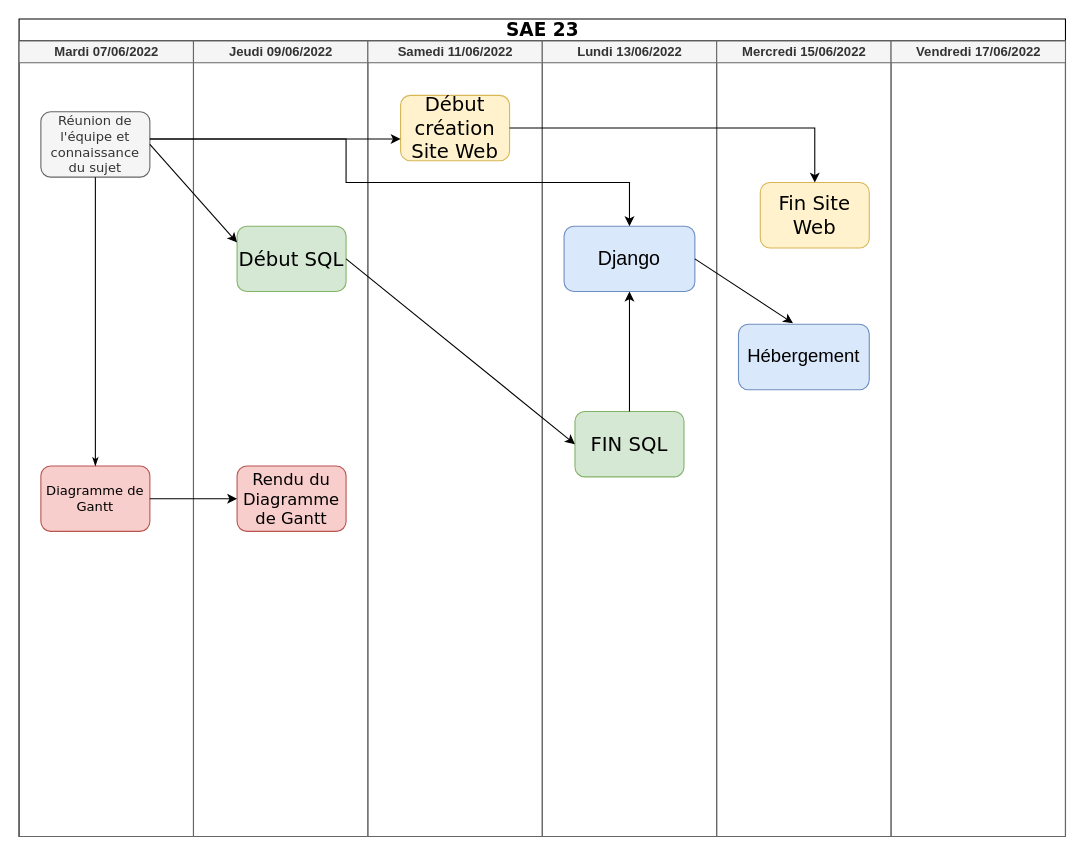
The draw.io diagram Untitled Diagram.drawio in DaiKannn/SAE23, before the edit. Source tidied: cells renumbered, new cells numbered last; positions are measured from the earlier drawing's top-left corner, leaving out a move shared by most shapes. Both pictures are drawn from the tidied source at 109%, with x=0, y=0 at pixel (19, 19).
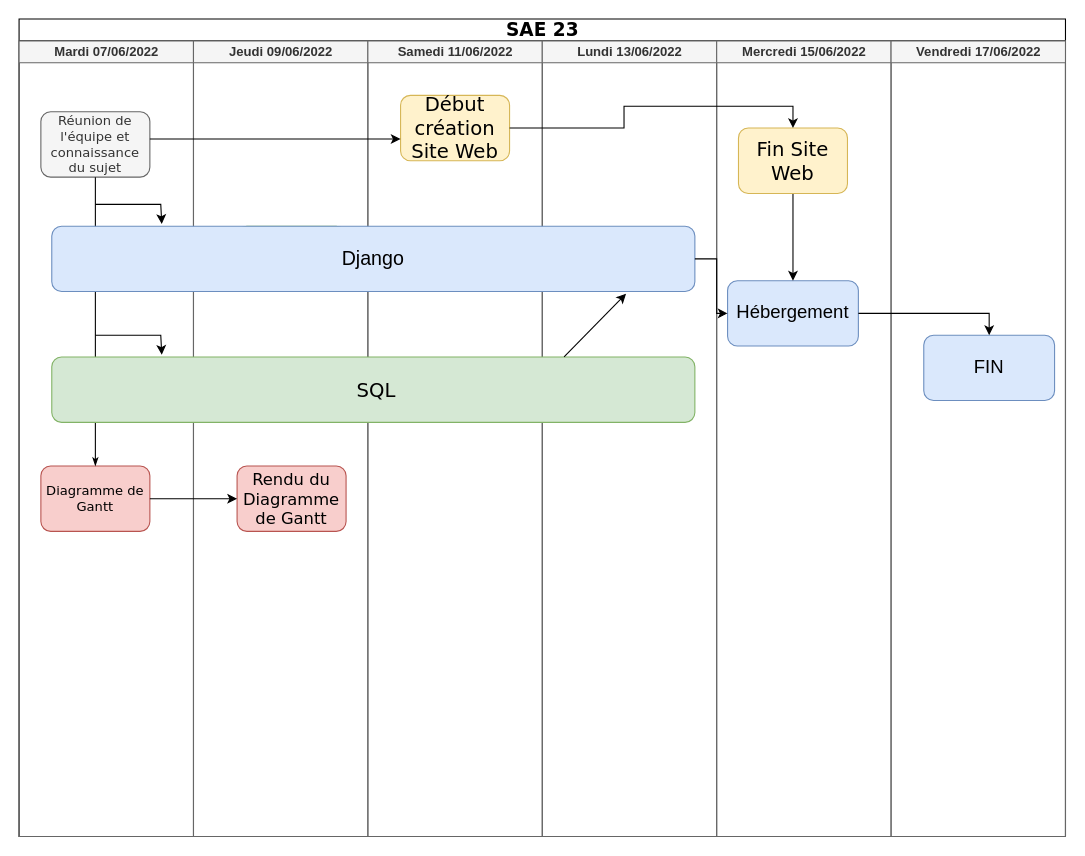
The same diagram, later.

Commit message:
SAE23 FINµ

Unchanged cells that the change refers to:
```xml
<mxCell id="2" value="&lt;font style=&quot;font-size: 17px;&quot;&gt;SAE 23&lt;/font&gt;" style="swimlane;html=1;startSize=20;rounded=0;shadow=0;labelBackgroundColor=none;strokeWidth=1;fontFamily=Verdana;fontSize=8;align=center;" parent="1" vertex="1">
  <mxGeometry width="960" height="750" as="geometry" />
</mxCell>
<mxCell id="3" value="Mardi 07/06/2022" style="swimlane;html=1;startSize=20;fillColor=#f5f5f5;fontColor=#333333;strokeColor=#666666;" parent="2" vertex="1">
  <mxGeometry y="20" width="160" height="730" as="geometry" />
</mxCell>
<mxCell id="4" value="&lt;font style=&quot;font-size: 12px;&quot;&gt;Réunion de l'équipe et connaissance du sujet&lt;/font&gt;" style="rounded=1;whiteSpace=wrap;html=1;shadow=0;labelBackgroundColor=none;strokeWidth=1;fontFamily=Verdana;fontSize=8;align=center;fillColor=#f5f5f5;fontColor=#333333;strokeColor=#666666;" parent="3" vertex="1">
  <mxGeometry x="20" y="65" width="100" height="60" as="geometry" />
</mxCell>
<mxCell id="9" value="&lt;font style=&quot;font-size: 18px;&quot;&gt;Début SQL&lt;/font&gt;" style="rounded=1;whiteSpace=wrap;html=1;shadow=0;labelBackgroundColor=none;strokeWidth=1;fontFamily=Verdana;fontSize=8;align=center;fillColor=#d5e8d4;strokeColor=#82b366;" parent="7" vertex="1">
  <mxGeometry x="40" y="170" width="100" height="60" as="geometry" />
</mxCell>
<mxCell id="12" value="Lundi 13/06/2022" style="swimlane;html=1;startSize=20;fillColor=#f5f5f5;fontColor=#333333;strokeColor=#666666;" parent="2" vertex="1">
  <mxGeometry x="480" y="20" width="160" height="730" as="geometry" />
</mxCell>
<mxCell id="16" value="Mercredi 15/06/2022" style="swimlane;html=1;startSize=20;fillColor=#f5f5f5;fontColor=#333333;strokeColor=#666666;" parent="2" vertex="1">
  <mxGeometry x="640" y="20" width="160" height="730" as="geometry" />
</mxCell>
<mxCell id="19" value="Vendredi 17/06/2022" style="swimlane;html=1;startSize=20;fillColor=#f5f5f5;fontColor=#333333;strokeColor=#666666;" parent="2" vertex="1">
  <mxGeometry x="800" y="20" width="160" height="730" as="geometry" />
</mxCell>
```

What changed in the source:
```diff
@@
+    <mxCell id="27" style="endArrow=classic;html=1;rounded=0;fontSize=18;entryX=0.171;entryY=-0.033;entryDx=0;entryDy=0;entryPerimeter=0;" parent="3" edge="1">
+      <mxGeometry relative="1" as="geometry">
+        <mxPoint x="70" y="270" as="sourcePoint" />
+        <mxPoint x="130.9" y="288" as="targetPoint" />
+        <Array as="points">
+          <mxPoint x="130" y="270" />
+        </Array>
+      </mxGeometry>
+    </mxCell>
@@
     <mxCell id="13" value="&lt;font style=&quot;font-size: 18px;&quot;&gt;Django&lt;/font&gt;" style="rounded=1;whiteSpace=wrap;html=1;fontSize=17;fillColor=#dae8fc;strokeColor=#6c8ebf;" parent="12" vertex="1">
-      <mxGeometry x="20" y="170" width="120" height="60" as="geometry" />
+      <mxGeometry x="-450" y="170" width="590" height="60" as="geometry" />
     </mxCell>
-    <mxCell id="14" value="&lt;font style=&quot;font-size: 18px;&quot;&gt;FIN SQL&lt;/font&gt;" style="rounded=1;whiteSpace=wrap;html=1;shadow=0;labelBackgroundColor=none;strokeWidth=1;fontFamily=Verdana;fontSize=8;align=center;fillColor=#d5e8d4;strokeColor=#82b366;" parent="12" vertex="1">
-      <mxGeometry x="30" y="340" width="100" height="60" as="geometry" />
+    <mxCell id="14" value="&lt;font style=&quot;font-size: 18px;&quot;&gt;&amp;nbsp;SQL&lt;/font&gt;" style="rounded=1;whiteSpace=wrap;html=1;shadow=0;labelBackgroundColor=none;strokeWidth=1;fontFamily=Verdana;fontSize=8;align=center;fillColor=#d5e8d4;strokeColor=#82b366;" parent="12" vertex="1">
+      <mxGeometry x="-450" y="290" width="590" height="60" as="geometry" />
     </mxCell>
-    <mxCell id="15" style="endArrow=classic;html=1;rounded=0;fontSize=18;exitX=0.5;exitY=0;exitDx=0;exitDy=0;" parent="12" edge="1" source="14" target="13">
-      <mxGeometry relative="1" as="geometry" />
-    </mxCell>
+    <mxCell id="28" style="endArrow=classic;html=1;rounded=0;entryX=0.893;entryY=1.033;entryDx=0;entryDy=0;entryPerimeter=0;" parent="12" edge="1" target="13">
+      <mxGeometry relative="1" as="geometry">
+        <mxPoint x="20" y="290" as="sourcePoint" />
+      </mxGeometry>
+    </mxCell>
@@
     <mxCell id="17" value="Hébergement" style="rounded=1;whiteSpace=wrap;html=1;fontSize=17;fillColor=#dae8fc;strokeColor=#6c8ebf;" parent="16" vertex="1">
-      <mxGeometry x="20" y="260" width="120" height="60" as="geometry" />
+      <mxGeometry x="10" y="220" width="120" height="60" as="geometry" />
     </mxCell>
+    <mxCell id="29" style="edgeStyle=orthogonalEdgeStyle;rounded=0;jettySize=auto;html=1;exitX=0.5;exitY=1;exitDx=0;exitDy=0;" parent="16" edge="1" source="18" target="17">
+      <mxGeometry relative="1" as="geometry" />
+    </mxCell>
     <mxCell id="18" value="&lt;font style=&quot;font-size: 18px;&quot;&gt;Fin Site Web&lt;/font&gt;" style="rounded=1;whiteSpace=wrap;html=1;shadow=0;labelBackgroundColor=none;strokeWidth=1;fontFamily=Verdana;fontSize=8;align=center;fillColor=#fff2cc;strokeColor=#d6b656;" parent="16" vertex="1">
-      <mxGeometry x="40" y="130" width="100" height="60" as="geometry" />
+      <mxGeometry x="20" y="80" width="100" height="60" as="geometry" />
     </mxCell>
@@
-    <mxCell id="20" style="edgeStyle=orthogonalEdgeStyle;rounded=0;jettySize=auto;html=1;fontSize=17;entryX=0.5;entryY=0;entryDx=0;entryDy=0;" parent="2" edge="1" source="4" target="13">
-      <mxGeometry relative="1" as="geometry">
-        <Array as="points">
-          <mxPoint x="300" y="110" />
-          <mxPoint x="300" y="150" />
-          <mxPoint x="560" y="150" />
-        </Array>
-      </mxGeometry>
-    </mxCell>
-    <mxCell id="21" style="endArrow=classic;html=1;rounded=0;fontSize=14;exitX=1;exitY=0.5;exitDx=0;exitDy=0;entryX=0.417;entryY=-0.017;entryDx=0;entryDy=0;entryPerimeter=0;" parent="2" edge="1" source="13" target="17">
-      <mxGeometry relative="1" as="geometry" />
-    </mxCell>
+    <mxCell id="30" value="FIN" style="rounded=1;whiteSpace=wrap;html=1;fontSize=17;fillColor=#dae8fc;strokeColor=#6c8ebf;" parent="19" vertex="1">
+      <mxGeometry x="30" y="270" width="120" height="60" as="geometry" />
+    </mxCell>
@@
-    <mxCell id="23" style="endArrow=classic;html=1;rounded=0;fontSize=15;entryX=0;entryY=0.5;entryDx=0;entryDy=0;exitX=1;exitY=0.5;exitDx=0;exitDy=0;" parent="2" edge="1" source="9" target="14">
-      <mxGeometry relative="1" as="geometry" />
-    </mxCell>
-    <mxCell id="24" style="endArrow=classic;html=1;rounded=0;fontSize=18;exitX=1;exitY=0.5;exitDx=0;exitDy=0;entryX=0;entryY=0.25;entryDx=0;entryDy=0;" parent="2" edge="1" source="4" target="9">
-      <mxGeometry relative="1" as="geometry" />
+    <mxCell id="24" style="endArrow=classic;html=1;rounded=0;fontSize=18;entryX=0.171;entryY=-0.033;entryDx=0;entryDy=0;entryPerimeter=0;" parent="2" edge="1" target="13">
+      <mxGeometry relative="1" as="geometry">
+        <mxPoint x="70" y="170" as="sourcePoint" />
+        <Array as="points">
+          <mxPoint x="130" y="170" />
+        </Array>
+      </mxGeometry>
     </mxCell>
@@
+    <mxCell id="21" style="edgeStyle=orthogonalEdgeStyle;rounded=0;jettySize=auto;html=1;exitX=1;exitY=0.5;exitDx=0;exitDy=0;" parent="2" edge="1" source="13" target="17">
+      <mxGeometry relative="1" as="geometry" />
+    </mxCell>
+    <mxCell id="31" style="edgeStyle=orthogonalEdgeStyle;rounded=0;jettySize=auto;html=1;exitX=1;exitY=0.5;exitDx=0;exitDy=0;entryX=0.5;entryY=0;entryDx=0;entryDy=0;" parent="2" edge="1" source="17" target="30">
+      <mxGeometry relative="1" as="geometry" />
+    </mxCell>
```
